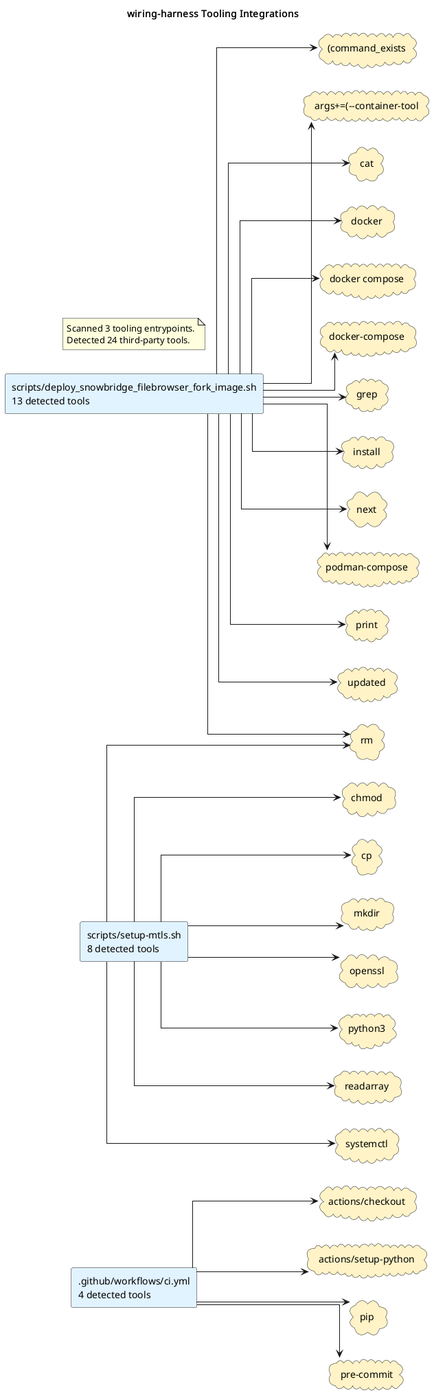
Earlier version of the PlantUML export docs/diagrams/tooling-integrations.puml.png (casonk/wiring-harness).
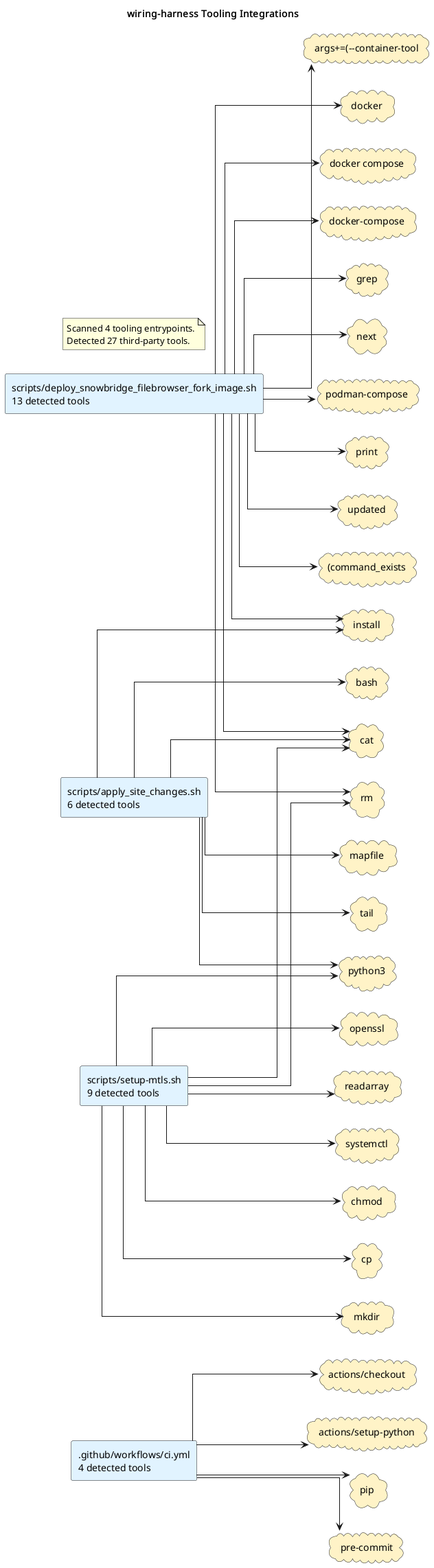
After the commit.

What changed in the source:
```diff
@@ -6,12 +6,14 @@
 skinparam componentStyle rectangle
 skinparam linetype ortho
 rectangle ".github/workflows/ci.yml\n4 detected tools" as source_github_workflows_ci_yml #E0F2FE
+rectangle "scripts/apply_site_changes.sh\n6 detected tools" as source_scripts_apply_site_changes_sh #E0F2FE
 rectangle "scripts/deploy_snowbridge_filebrowser_fork_image.sh\n13 detected tools" as source_scripts_deploy_snowbridge_filebrowser_fork_image_sh #E0F2FE
-rectangle "scripts/setup-mtls.sh\n8 detected tools" as source_scripts_setup_mtls_sh #E0F2FE
+rectangle "scripts/setup-mtls.sh\n9 detected tools" as source_scripts_setup_mtls_sh #E0F2FE
 cloud "(command_exists" as tool_command_exists #FEF3C7
 cloud "actions/checkout" as tool_actions_checkout #FEF3C7
 cloud "actions/setup-python" as tool_actions_setup_python #FEF3C7
 cloud "args+=(--container-tool" as tool_args_container_tool #FEF3C7
+cloud "bash" as tool_bash #FEF3C7
 cloud "cat" as tool_cat #FEF3C7
 cloud "chmod" as tool_chmod #FEF3C7
 cloud "cp" as tool_cp #FEF3C7
@@ -20,6 +22,7 @@
 cloud "docker-compose" as tool_docker_compose_2 #FEF3C7
 cloud "grep" as tool_grep #FEF3C7
 cloud "install" as tool_install #FEF3C7
+cloud "mapfile" as tool_mapfile #FEF3C7
 cloud "mkdir" as tool_mkdir #FEF3C7
 cloud "next" as tool_next #FEF3C7
 cloud "openssl" as tool_openssl #FEF3C7
@@ -31,11 +34,18 @@
 cloud "readarray" as tool_readarray #FEF3C7
 cloud "rm" as tool_rm #FEF3C7
 cloud "systemctl" as tool_systemctl #FEF3C7
+cloud "tail" as tool_tail #FEF3C7
 cloud "updated" as tool_updated #FEF3C7
 source_github_workflows_ci_yml --> tool_actions_checkout
 source_github_workflows_ci_yml --> tool_actions_setup_python
 source_github_workflows_ci_yml --> tool_pip
 source_github_workflows_ci_yml --> tool_pre_commit
+source_scripts_apply_site_changes_sh --> tool_bash
+source_scripts_apply_site_changes_sh --> tool_cat
+source_scripts_apply_site_changes_sh --> tool_install
+source_scripts_apply_site_changes_sh --> tool_mapfile
+source_scripts_apply_site_changes_sh --> tool_python3
+source_scripts_apply_site_changes_sh --> tool_tail
 source_scripts_deploy_snowbridge_filebrowser_fork_image_sh --> tool_command_exists
 source_scripts_deploy_snowbridge_filebrowser_fork_image_sh --> tool_args_container_tool
 source_scripts_deploy_snowbridge_filebrowser_fork_image_sh --> tool_cat
@@ -49,6 +59,7 @@
 source_scripts_deploy_snowbridge_filebrowser_fork_image_sh --> tool_print
 source_scripts_deploy_snowbridge_filebrowser_fork_image_sh --> tool_rm
 source_scripts_deploy_snowbridge_filebrowser_fork_image_sh --> tool_updated
+source_scripts_setup_mtls_sh --> tool_cat
 source_scripts_setup_mtls_sh --> tool_chmod
 source_scripts_setup_mtls_sh --> tool_cp
 source_scripts_setup_mtls_sh --> tool_mkdir
@@ -58,7 +69,7 @@
 source_scripts_setup_mtls_sh --> tool_rm
 source_scripts_setup_mtls_sh --> tool_systemctl
 note as toolingGraphSummary
-Scanned 3 tooling entrypoints.
-Detected 24 third-party tools.
+Scanned 4 tooling entrypoints.
+Detected 27 third-party tools.
 end note
 @enduml
```
